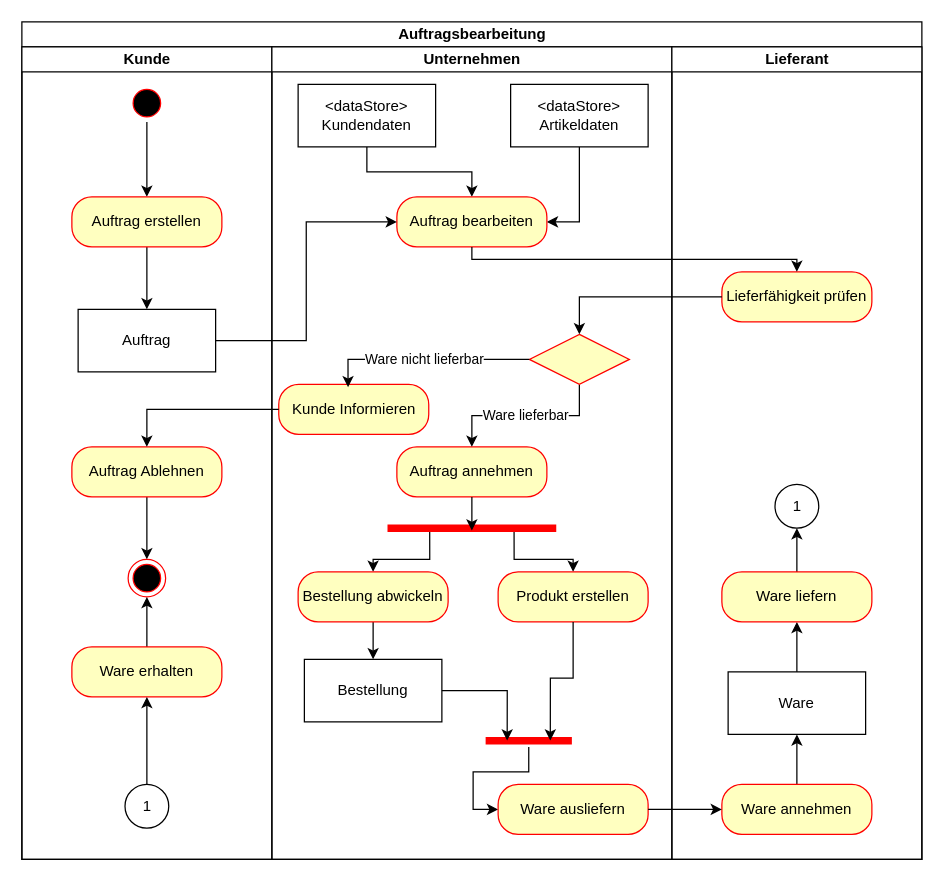
Above: software_engineering/3/Updated_13.10.drawio in gbshschmlu/hs_fulda (draw.io), before the change. Source tidied: cells renumbered, new cells numbered last; positions are measured from the earlier drawing's top-left corner, leaving out a move shared by most shapes. Both pictures are drawn from the tidied source at 125%, with x=0, y=0 at pixel (21, 21).
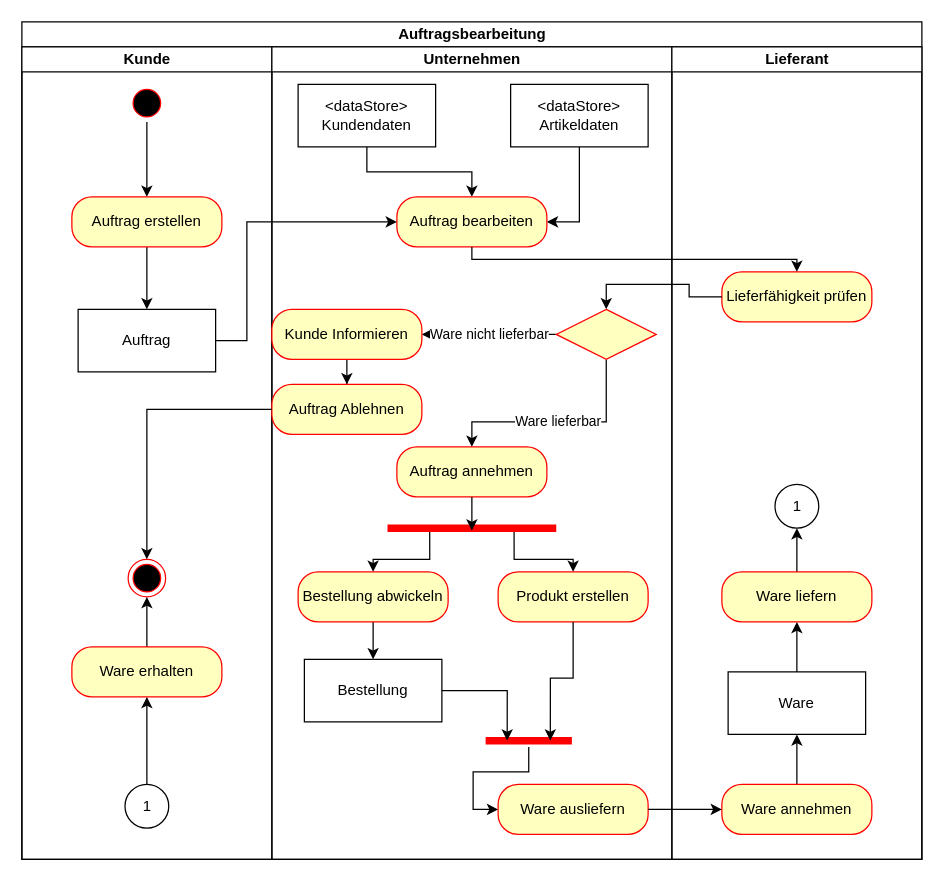
The same diagram, later.

Commit message (it also covers changes not shown here):
Update Updated_13.10.drawio with improved structure and clarity; adjust element properties and connections

Unchanged cells that the change refers to:
```xml
<mxCell id="2" value="Auftragsbearbeitung" style="swimlane;startSize=20;html=1;" parent="1" vertex="1">
  <mxGeometry width="720" height="670" as="geometry" />
</mxCell>
<mxCell id="3" value="Kunde" style="swimlane;startSize=20;html=1;" parent="2" vertex="1">
  <mxGeometry y="20" width="200" height="650" as="geometry" />
</mxCell>
<mxCell id="8" style="ellipse;html=1;shape=endState;fillColor=#000000;strokeColor=#ff0000;" parent="3" vertex="1">
  <mxGeometry x="85" y="410" width="30" height="30" as="geometry" />
</mxCell>
<mxCell id="9" value="Auftrag" style="html=1;whiteSpace=wrap;" parent="3" vertex="1">
  <mxGeometry x="45" y="210" width="110" height="50" as="geometry" />
</mxCell>
<mxCell id="16" value="Unternehmen" style="swimlane;startSize=20;html=1;" parent="2" vertex="1">
  <mxGeometry x="200" y="20" width="320" height="650" as="geometry" />
</mxCell>
<mxCell id="21" value="Auftrag bearbeiten" style="rounded=1;whiteSpace=wrap;html=1;arcSize=40;fontColor=#000000;fillColor=#ffffc0;strokeColor=#ff0000;" parent="16" vertex="1">
  <mxGeometry x="100" y="120" width="120" height="40" as="geometry" />
</mxCell>
<mxCell id="22" value="Auftrag annehmen" style="rounded=1;whiteSpace=wrap;html=1;arcSize=40;fontColor=#000000;fillColor=#ffffc0;strokeColor=#ff0000;" parent="16" vertex="1">
  <mxGeometry x="100" y="320" width="120" height="40" as="geometry" />
</mxCell>
<mxCell id="48" value="Lieferfähigkeit prüfen" style="rounded=1;whiteSpace=wrap;html=1;arcSize=40;fontColor=#000000;fillColor=#ffffc0;strokeColor=#ff0000;" parent="40" vertex="1">
  <mxGeometry x="40" y="180" width="120" height="40" as="geometry" />
</mxCell>
```

The edit, as a diff of the source:
```diff
@@
-    <mxCell id="14" style="edgeStyle=orthogonalEdgeStyle;rounded=0;jettySize=auto;html=1;entryX=0.5;entryY=0;entryDx=0;entryDy=0;" parent="3" edge="1" source="15" target="8">
-      <mxGeometry relative="1" as="geometry" />
-    </mxCell>
-    <mxCell id="15" value="Auftrag Ablehnen" style="rounded=1;whiteSpace=wrap;html=1;arcSize=40;fontColor=#000000;fillColor=#ffffc0;strokeColor=#ff0000;" parent="3" vertex="1">
-      <mxGeometry x="40" y="320" width="120" height="40" as="geometry" />
-    </mxCell>
@@
-    <mxCell id="36" value="Ware lieferbar" style="edgeStyle=orthogonalEdgeStyle;rounded=0;jettySize=auto;html=1;entryX=0.5;entryY=0;entryDx=0;entryDy=0;" parent="16" edge="1" source="37" target="22">
-      <mxGeometry relative="1" as="geometry" />
+    <mxCell id="36" value="Ware lieferbar" style="edgeStyle=orthogonalEdgeStyle;rounded=0;jettySize=auto;html=1;entryX=0.5;entryY=0;entryDx=0;entryDy=0;" parent="16" edge="1" source="54" target="22">
+      <mxGeometry relative="1" as="geometry">
+        <Array as="points">
+          <mxPoint x="267" y="300" />
+          <mxPoint x="160" y="300" />
+        </Array>
+      </mxGeometry>
     </mxCell>
-    <mxCell id="37" style="rhombus;whiteSpace=wrap;html=1;fontColor=#000000;fillColor=#ffffc0;strokeColor=#ff0000;" parent="16" vertex="1">
-      <mxGeometry x="206" y="230" width="80" height="40" as="geometry" />
-    </mxCell>
+    <mxCell id="39" value="Ware nicht lieferbar" style="edgeStyle=orthogonalEdgeStyle;rounded=0;jettySize=auto;html=1;entryX=1;entryY=0.5;entryDx=0;entryDy=0;" parent="16" edge="1" source="54" target="38">
+      <mxGeometry relative="1" as="geometry" />
+    </mxCell>
+    <mxCell id="54" style="rhombus;whiteSpace=wrap;html=1;fontColor=#000000;fillColor=#ffffc0;strokeColor=#ff0000;" parent="16" vertex="1">
+      <mxGeometry x="227.5" y="210" width="80" height="40" as="geometry" />
+    </mxCell>
+    <mxCell id="51" style="edgeStyle=orthogonalEdgeStyle;rounded=0;jettySize=auto;html=1;entryX=0.5;entryY=0;entryDx=0;entryDy=0;" parent="16" edge="1" source="38" target="15">
+      <mxGeometry relative="1" as="geometry" />
+    </mxCell>
     <mxCell id="38" value="Kunde Informieren" style="rounded=1;whiteSpace=wrap;html=1;arcSize=40;fontColor=#000000;fillColor=#ffffc0;strokeColor=#ff0000;" parent="16" vertex="1">
-      <mxGeometry x="5.5" y="270" width="120" height="40" as="geometry" />
+      <mxGeometry y="210" width="120" height="40" as="geometry" />
     </mxCell>
-    <mxCell id="39" value="Ware nicht lieferbar" style="edgeStyle=orthogonalEdgeStyle;rounded=0;jettySize=auto;html=1;entryX=0.462;entryY=0.056;entryDx=0;entryDy=0;entryPerimeter=0;" parent="16" edge="1" source="37" target="38">
-      <mxGeometry relative="1" as="geometry">
-        <Array as="points">
-          <mxPoint x="61" y="250" />
-        </Array>
-      </mxGeometry>
-    </mxCell>
+    <mxCell id="15" value="Auftrag Ablehnen" style="rounded=1;whiteSpace=wrap;html=1;arcSize=40;fontColor=#000000;fillColor=#ffffc0;strokeColor=#ff0000;" parent="16" vertex="1">
+      <mxGeometry y="270" width="120" height="40" as="geometry" />
+    </mxCell>
@@
     <mxCell id="49" style="edgeStyle=orthogonalEdgeStyle;rounded=0;jettySize=auto;html=1;entryX=0;entryY=0.5;entryDx=0;entryDy=0;" parent="2" edge="1" source="9" target="21">
-      <mxGeometry relative="1" as="geometry" />
+      <mxGeometry relative="1" as="geometry">
+        <Array as="points">
+          <mxPoint x="180" y="255" />
+          <mxPoint x="180" y="160" />
+        </Array>
+      </mxGeometry>
     </mxCell>
@@
-    <mxCell id="51" style="edgeStyle=orthogonalEdgeStyle;rounded=0;jettySize=auto;html=1;entryX=0.5;entryY=0;entryDx=0;entryDy=0;" parent="2" edge="1" source="38" target="15">
-      <mxGeometry relative="1" as="geometry" />
-    </mxCell>
@@
-    <mxCell id="53" style="edgeStyle=orthogonalEdgeStyle;rounded=0;jettySize=auto;html=1;entryX=0.5;entryY=0;entryDx=0;entryDy=0;" parent="2" edge="1" source="48" target="37">
-      <mxGeometry relative="1" as="geometry" />
-    </mxCell>
+    <mxCell id="55" style="edgeStyle=orthogonalEdgeStyle;rounded=0;jettySize=auto;html=1;entryX=0.5;entryY=0;entryDx=0;entryDy=0;" parent="2" edge="1" source="48" target="54">
+      <mxGeometry relative="1" as="geometry" />
+    </mxCell>
+    <mxCell id="14" style="edgeStyle=orthogonalEdgeStyle;rounded=0;jettySize=auto;html=1;entryX=0.5;entryY=0;entryDx=0;entryDy=0;" parent="2" edge="1" source="15" target="8">
+      <mxGeometry relative="1" as="geometry" />
+    </mxCell>
```
